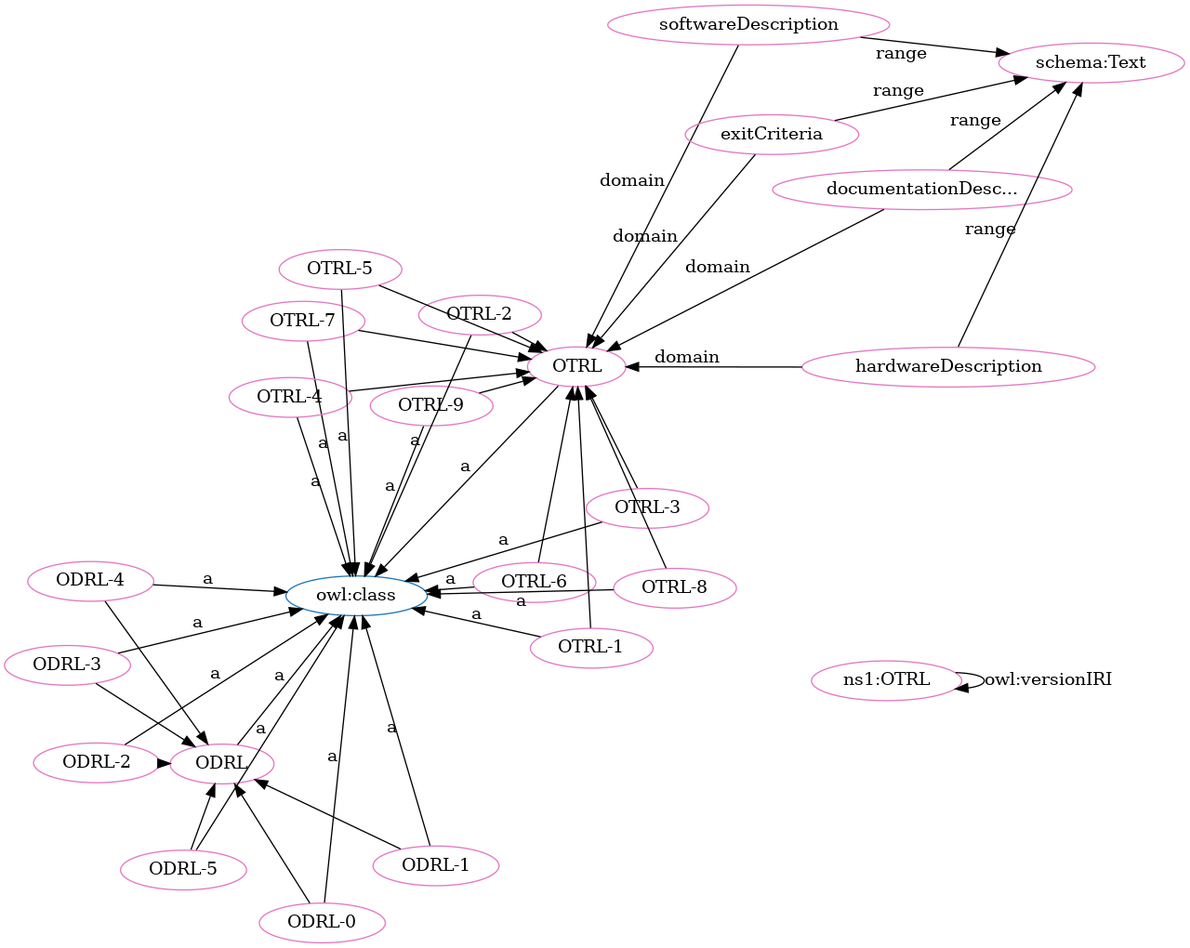
Before: OTRL-clean.png, a diagram exported from Graphviz (OPEN-NEXT/OKH-LOSH). Its source is kept beside it as OTRL-clean.dot. Its diagram source:
```dot
digraph G {
  rankdir=BT
  node[height=.3]
"http://www.w3.org/2002/07/owl#class" [fillcolor="#1f77b4" color="#1f77b4" label="owl:class"]
"http://purl.org/oseg/ontologies/OTRL#OTRL" [fillcolor="#1f77b4" color="#1f77b4" label="OTRL"]
"http://purl.org/oseg/ontologies/OTRL#ODRL" [fillcolor="#1f77b4" color="#1f77b4" label="ODRL"]
"http://purl.org/oseg/ontologies/OTRL#ODRL-4" [fillcolor="#e377c2" color="#e377c2" label="ODRL-4"]
"http://purl.org/oseg/ontologies/OTRL#ODRL-0" [fillcolor="#e377c2" color="#e377c2" label="ODRL-0"]
"http://purl.org/oseg/ontologies/OTRL#OTRL" [fillcolor="#e377c2" color="#e377c2" label="OTRL"]
"http://schema.org/Text" [fillcolor="#e377c2" color="#e377c2" label="schema:Text"]
"http://purl.org/oseg/ontologies/OTRL#OTRL-7" [fillcolor="#e377c2" color="#e377c2" label="OTRL-7"]
"http://purl.org/oseg/ontologies/OTRL#documentationDescription" [fillcolor="#e377c2" color="#e377c2" label="documentationDesc..."]
"http://purl.org/oseg/ontologies/OTRL#softwareDescription" [fillcolor="#e377c2" color="#e377c2" label="softwareDescription"]
"http://purl.org/oseg/ontologies/OTRL#OTRL-4" [fillcolor="#e377c2" color="#e377c2" label="OTRL-4"]
"http://purl.org/oseg/ontologies/OTRL" [fillcolor="#e377c2" color="#e377c2" label="ns1:OTRL"]
"http://purl.org/oseg/ontologies/OTRL#ODRL" [fillcolor="#e377c2" color="#e377c2" label="ODRL"]
"http://purl.org/oseg/ontologies/OTRL#OTRL-3" [fillcolor="#e377c2" color="#e377c2" label="OTRL-3"]
"http://purl.org/oseg/ontologies/OTRL#OTRL-9" [fillcolor="#e377c2" color="#e377c2" label="OTRL-9"]
"http://purl.org/oseg/ontologies/OTRL#OTRL-6" [fillcolor="#e377c2" color="#e377c2" label="OTRL-6"]
"http://purl.org/oseg/ontologies/OTRL#hardwareDescription" [fillcolor="#e377c2" color="#e377c2" label="hardwareDescription"]
"http://purl.org/oseg/ontologies/OTRL#OTRL-2" [fillcolor="#e377c2" color="#e377c2" label="OTRL-2"]
"http://purl.org/oseg/ontologies/OTRL#ODRL-5" [fillcolor="#e377c2" color="#e377c2" label="ODRL-5"]
"http://purl.org/oseg/ontologies/OTRL#ODRL-1" [fillcolor="#e377c2" color="#e377c2" label="ODRL-1"]
"http://purl.org/oseg/ontologies/OTRL#OTRL-1" [fillcolor="#e377c2" color="#e377c2" label="OTRL-1"]
"http://purl.org/oseg/ontologies/OTRL#OTRL-5" [fillcolor="#e377c2" color="#e377c2" label="OTRL-5"]
"http://purl.org/oseg/ontologies/OTRL#ODRL-3" [fillcolor="#e377c2" color="#e377c2" label="ODRL-3"]
"http://purl.org/oseg/ontologies/OTRL#OTRL-8" [fillcolor="#e377c2" color="#e377c2" label="OTRL-8"]
"http://purl.org/oseg/ontologies/OTRL#ODRL-2" [fillcolor="#e377c2" color="#e377c2" label="ODRL-2"]
"http://purl.org/oseg/ontologies/OTRL#exitCriteria" [fillcolor="#e377c2" color="#e377c2" label="exitCriteria"]
  "http://purl.org/oseg/ontologies/OTRL#ODRL-0" -> "http://www.w3.org/2002/07/owl#class" [label="a"]
  "http://purl.org/oseg/ontologies/OTRL#exitCriteria" -> "http://schema.org/Text" [label="range"]
  "http://purl.org/oseg/ontologies/OTRL#OTRL-7" -> "http://www.w3.org/2002/07/owl#class" [label="a"]
  "http://purl.org/oseg/ontologies/OTRL#ODRL-5" -> "http://purl.org/oseg/ontologies/OTRL#ODRL" [label=""]
  "http://purl.org/oseg/ontologies/OTRL#OTRL-3" -> "http://www.w3.org/2002/07/owl#class" [label="a"]
  "http://purl.org/oseg/ontologies/OTRL" -> "http://purl.org/oseg/ontologies/OTRL" [label="owl:versionIRI"]
  "http://purl.org/oseg/ontologies/OTRL#OTRL-1" -> "http://purl.org/oseg/ontologies/OTRL#OTRL" [label=""]
  "http://purl.org/oseg/ontologies/OTRL#documentationDescription" -> "http://schema.org/Text" [label="range"]
  "http://purl.org/oseg/ontologies/OTRL#ODRL-5" -> "http://www.w3.org/2002/07/owl#class" [label="a"]
  "http://purl.org/oseg/ontologies/OTRL#softwareDescription" -> "http://schema.org/Text" [label="range"]
  "http://purl.org/oseg/ontologies/OTRL#OTRL-4" -> "http://purl.org/oseg/ontologies/OTRL#OTRL" [label=""]
  "http://purl.org/oseg/ontologies/OTRL#OTRL-8" -> "http://purl.org/oseg/ontologies/OTRL#OTRL" [label=""]
  "http://purl.org/oseg/ontologies/OTRL#documentationDescription" -> "http://purl.org/oseg/ontologies/OTRL#OTRL" [label="domain"]
  "http://purl.org/oseg/ontologies/OTRL#OTRL-3" -> "http://purl.org/oseg/ontologies/OTRL#OTRL" [label=""]
  "http://purl.org/oseg/ontologies/OTRL#OTRL-2" -> "http://purl.org/oseg/ontologies/OTRL#OTRL" [label=""]
  "http://purl.org/oseg/ontologies/OTRL#ODRL-1" -> "http://purl.org/oseg/ontologies/OTRL#ODRL" [label=""]
  "http://purl.org/oseg/ontologies/OTRL#ODRL-1" -> "http://www.w3.org/2002/07/owl#class" [label="a"]
  "http://purl.org/oseg/ontologies/OTRL#OTRL-1" -> "http://www.w3.org/2002/07/owl#class" [label="a"]
  "http://purl.org/oseg/ontologies/OTRL#OTRL-8" -> "http://www.w3.org/2002/07/owl#class" [label="a"]
  "http://purl.org/oseg/ontologies/OTRL#ODRL-2" -> "http://www.w3.org/2002/07/owl#class" [label="a"]
  "http://purl.org/oseg/ontologies/OTRL#ODRL-4" -> "http://www.w3.org/2002/07/owl#class" [label="a"]
  "http://purl.org/oseg/ontologies/OTRL#OTRL-6" -> "http://purl.org/oseg/ontologies/OTRL#OTRL" [label=""]
  "http://purl.org/oseg/ontologies/OTRL#OTRL-9" -> "http://purl.org/oseg/ontologies/OTRL#OTRL" [label=""]
  "http://purl.org/oseg/ontologies/OTRL#OTRL-4" -> "http://www.w3.org/2002/07/owl#class" [label="a"]
  "http://purl.org/oseg/ontologies/OTRL#ODRL-2" -> "http://purl.org/oseg/ontologies/OTRL#ODRL" [label=""]
  "http://purl.org/oseg/ontologies/OTRL#OTRL-9" -> "http://www.w3.org/2002/07/owl#class" [label="a"]
  "http://purl.org/oseg/ontologies/OTRL#ODRL-4" -> "http://purl.org/oseg/ontologies/OTRL#ODRL" [label=""]
  "http://purl.org/oseg/ontologies/OTRL#OTRL-5" -> "http://purl.org/oseg/ontologies/OTRL#OTRL" [label=""]
  "http://purl.org/oseg/ontologies/OTRL#OTRL-6" -> "http://www.w3.org/2002/07/owl#class" [label="a"]
  "http://purl.org/oseg/ontologies/OTRL#OTRL-2" -> "http://www.w3.org/2002/07/owl#class" [label="a"]
  "http://purl.org/oseg/ontologies/OTRL#ODRL" -> "http://www.w3.org/2002/07/owl#class" [label="a"]
  "http://purl.org/oseg/ontologies/OTRL#OTRL" -> "http://www.w3.org/2002/07/owl#class" [label="a"]
  "http://purl.org/oseg/ontologies/OTRL#softwareDescription" -> "http://purl.org/oseg/ontologies/OTRL#OTRL" [label="domain"]
  "http://purl.org/oseg/ontologies/OTRL#hardwareDescription" -> "http://schema.org/Text" [label="range"]
  "http://purl.org/oseg/ontologies/OTRL#ODRL-3" -> "http://purl.org/oseg/ontologies/OTRL#ODRL" [label=""]
  "http://purl.org/oseg/ontologies/OTRL#hardwareDescription" -> "http://purl.org/oseg/ontologies/OTRL#OTRL" [label="domain"]
  "http://purl.org/oseg/ontologies/OTRL#OTRL-5" -> "http://www.w3.org/2002/07/owl#class" [label="a"]
  "http://purl.org/oseg/ontologies/OTRL#ODRL-3" -> "http://www.w3.org/2002/07/owl#class" [label="a"]
  "http://purl.org/oseg/ontologies/OTRL#exitCriteria" -> "http://purl.org/oseg/ontologies/OTRL#OTRL" [label="domain"]
  "http://purl.org/oseg/ontologies/OTRL#OTRL-7" -> "http://purl.org/oseg/ontologies/OTRL#OTRL" [label=""]
  "http://purl.org/oseg/ontologies/OTRL#ODRL-0" -> "http://purl.org/oseg/ontologies/OTRL#ODRL" [label=""]
}
```
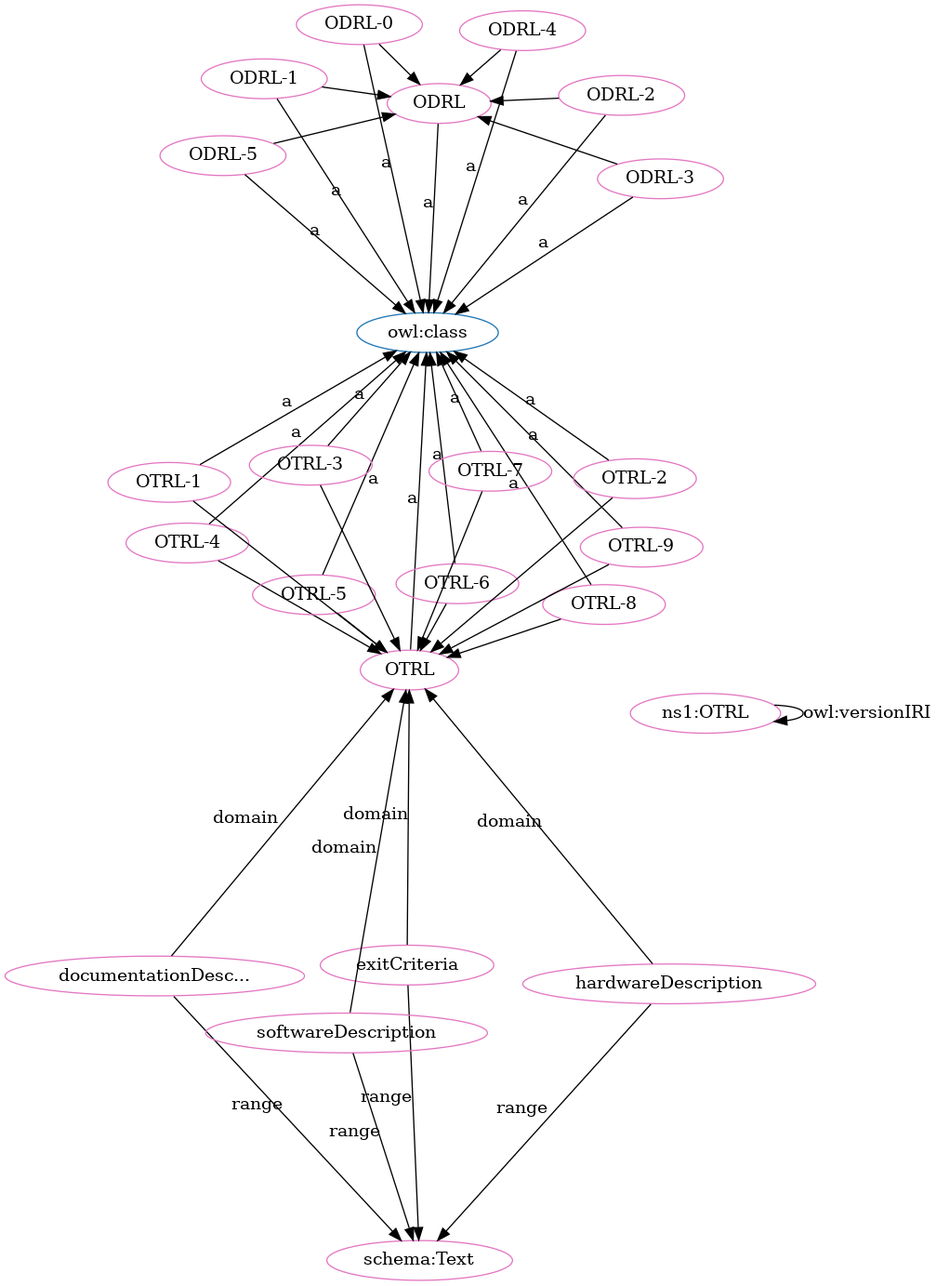
Above is the later version.

What changed in the source:
```diff
@@ -2,70 +2,70 @@
   rankdir=BT
   node[height=.3]
 "http://www.w3.org/2002/07/owl#class" [fillcolor="#1f77b4" color="#1f77b4" label="owl:class"]
+"http://purl.org/oseg/ontologies/OTRL#ODRL" [fillcolor="#1f77b4" color="#1f77b4" label="ODRL"]
 "http://purl.org/oseg/ontologies/OTRL#OTRL" [fillcolor="#1f77b4" color="#1f77b4" label="OTRL"]
-"http://purl.org/oseg/ontologies/OTRL#ODRL" [fillcolor="#1f77b4" color="#1f77b4" label="ODRL"]
-"http://purl.org/oseg/ontologies/OTRL#ODRL-4" [fillcolor="#e377c2" color="#e377c2" label="ODRL-4"]
 "http://purl.org/oseg/ontologies/OTRL#ODRL-0" [fillcolor="#e377c2" color="#e377c2" label="ODRL-0"]
+"http://purl.org/oseg/ontologies/OTRL#ODRL" [fillcolor="#e377c2" color="#e377c2" label="ODRL"]
 "http://purl.org/oseg/ontologies/OTRL#OTRL" [fillcolor="#e377c2" color="#e377c2" label="OTRL"]
+"http://purl.org/oseg/ontologies/OTRL" [fillcolor="#e377c2" color="#e377c2" label="ns1:OTRL"]
+"http://purl.org/oseg/ontologies/OTRL#ODRL-3" [fillcolor="#e377c2" color="#e377c2" label="ODRL-3"]
+"http://purl.org/oseg/ontologies/OTRL#OTRL-4" [fillcolor="#e377c2" color="#e377c2" label="OTRL-4"]
+"http://purl.org/oseg/ontologies/OTRL#documentationDescription" [fillcolor="#e377c2" color="#e377c2" label="documentationDesc..."]
+"http://purl.org/oseg/ontologies/OTRL#hardwareDescription" [fillcolor="#e377c2" color="#e377c2" label="hardwareDescription"]
+"http://purl.org/oseg/ontologies/OTRL#exitCriteria" [fillcolor="#e377c2" color="#e377c2" label="exitCriteria"]
 "http://schema.org/Text" [fillcolor="#e377c2" color="#e377c2" label="schema:Text"]
-"http://purl.org/oseg/ontologies/OTRL#OTRL-7" [fillcolor="#e377c2" color="#e377c2" label="OTRL-7"]
-"http://purl.org/oseg/ontologies/OTRL#documentationDescription" [fillcolor="#e377c2" color="#e377c2" label="documentationDesc..."]
-"http://purl.org/oseg/ontologies/OTRL#softwareDescription" [fillcolor="#e377c2" color="#e377c2" label="softwareDescription"]
-"http://purl.org/oseg/ontologies/OTRL#OTRL-4" [fillcolor="#e377c2" color="#e377c2" label="OTRL-4"]
-"http://purl.org/oseg/ontologies/OTRL" [fillcolor="#e377c2" color="#e377c2" label="ns1:OTRL"]
-"http://purl.org/oseg/ontologies/OTRL#ODRL" [fillcolor="#e377c2" color="#e377c2" label="ODRL"]
-"http://purl.org/oseg/ontologies/OTRL#OTRL-3" [fillcolor="#e377c2" color="#e377c2" label="OTRL-3"]
+"http://purl.org/oseg/ontologies/OTRL#OTRL-8" [fillcolor="#e377c2" color="#e377c2" label="OTRL-8"]
+"http://purl.org/oseg/ontologies/OTRL#OTRL-5" [fillcolor="#e377c2" color="#e377c2" label="OTRL-5"]
+"http://purl.org/oseg/ontologies/OTRL#ODRL-2" [fillcolor="#e377c2" color="#e377c2" label="ODRL-2"]
 "http://purl.org/oseg/ontologies/OTRL#OTRL-9" [fillcolor="#e377c2" color="#e377c2" label="OTRL-9"]
 "http://purl.org/oseg/ontologies/OTRL#OTRL-6" [fillcolor="#e377c2" color="#e377c2" label="OTRL-6"]
-"http://purl.org/oseg/ontologies/OTRL#hardwareDescription" [fillcolor="#e377c2" color="#e377c2" label="hardwareDescription"]
+"http://purl.org/oseg/ontologies/OTRL#OTRL-3" [fillcolor="#e377c2" color="#e377c2" label="OTRL-3"]
 "http://purl.org/oseg/ontologies/OTRL#OTRL-2" [fillcolor="#e377c2" color="#e377c2" label="OTRL-2"]
+"http://purl.org/oseg/ontologies/OTRL#ODRL-1" [fillcolor="#e377c2" color="#e377c2" label="ODRL-1"]
+"http://purl.org/oseg/ontologies/OTRL#softwareDescription" [fillcolor="#e377c2" color="#e377c2" label="softwareDescription"]
+"http://purl.org/oseg/ontologies/OTRL#ODRL-4" [fillcolor="#e377c2" color="#e377c2" label="ODRL-4"]
 "http://purl.org/oseg/ontologies/OTRL#ODRL-5" [fillcolor="#e377c2" color="#e377c2" label="ODRL-5"]
-"http://purl.org/oseg/ontologies/OTRL#ODRL-1" [fillcolor="#e377c2" color="#e377c2" label="ODRL-1"]
 "http://purl.org/oseg/ontologies/OTRL#OTRL-1" [fillcolor="#e377c2" color="#e377c2" label="OTRL-1"]
-"http://purl.org/oseg/ontologies/OTRL#OTRL-5" [fillcolor="#e377c2" color="#e377c2" label="OTRL-5"]
-"http://purl.org/oseg/ontologies/OTRL#ODRL-3" [fillcolor="#e377c2" color="#e377c2" label="ODRL-3"]
-"http://purl.org/oseg/ontologies/OTRL#OTRL-8" [fillcolor="#e377c2" color="#e377c2" label="OTRL-8"]
-"http://purl.org/oseg/ontologies/OTRL#ODRL-2" [fillcolor="#e377c2" color="#e377c2" label="ODRL-2"]
-"http://purl.org/oseg/ontologies/OTRL#exitCriteria" [fillcolor="#e377c2" color="#e377c2" label="exitCriteria"]
+"http://purl.org/oseg/ontologies/OTRL#OTRL-7" [fillcolor="#e377c2" color="#e377c2" label="OTRL-7"]
+  "http://purl.org/oseg/ontologies/OTRL#ODRL-0" -> "http://purl.org/oseg/ontologies/OTRL#ODRL" [label=""]
+  "http://purl.org/oseg/ontologies/OTRL#ODRL-3" -> "http://www.w3.org/2002/07/owl#class" [label="a"]
+  "http://purl.org/oseg/ontologies/OTRL#OTRL-7" -> "http://purl.org/oseg/ontologies/OTRL#OTRL" [label=""]
+  "http://purl.org/oseg/ontologies/OTRL#softwareDescription" -> "http://purl.org/oseg/ontologies/OTRL#OTRL" [label="domain"]
+  "http://purl.org/oseg/ontologies/OTRL#ODRL-5" -> "http://purl.org/oseg/ontologies/OTRL#ODRL" [label=""]
+  "http://purl.org/oseg/ontologies/OTRL#hardwareDescription" -> "http://schema.org/Text" [label="range"]
+  "http://purl.org/oseg/ontologies/OTRL#OTRL-8" -> "http://www.w3.org/2002/07/owl#class" [label="a"]
+  "http://purl.org/oseg/ontologies/OTRL#documentationDescription" -> "http://purl.org/oseg/ontologies/OTRL#OTRL" [label="domain"]
+  "http://purl.org/oseg/ontologies/OTRL#OTRL-5" -> "http://www.w3.org/2002/07/owl#class" [label="a"]
+  "http://purl.org/oseg/ontologies/OTRL#OTRL-9" -> "http://purl.org/oseg/ontologies/OTRL#OTRL" [label=""]
+  "http://purl.org/oseg/ontologies/OTRL#ODRL-2" -> "http://purl.org/oseg/ontologies/OTRL#ODRL" [label=""]
+  "http://purl.org/oseg/ontologies/OTRL#OTRL-9" -> "http://www.w3.org/2002/07/owl#class" [label="a"]
+  "http://purl.org/oseg/ontologies/OTRL#ODRL-1" -> "http://purl.org/oseg/ontologies/OTRL#ODRL" [label=""]
+  "http://purl.org/oseg/ontologies/OTRL#OTRL-6" -> "http://www.w3.org/2002/07/owl#class" [label="a"]
+  "http://purl.org/oseg/ontologies/OTRL#OTRL-3" -> "http://www.w3.org/2002/07/owl#class" [label="a"]
+  "http://purl.org/oseg/ontologies/OTRL#ODRL-1" -> "http://www.w3.org/2002/07/owl#class" [label="a"]
+  "http://purl.org/oseg/ontologies/OTRL#ODRL-4" -> "http://www.w3.org/2002/07/owl#class" [label="a"]
+  "http://purl.org/oseg/ontologies/OTRL#ODRL-5" -> "http://www.w3.org/2002/07/owl#class" [label="a"]
+  "http://purl.org/oseg/ontologies/OTRL#OTRL-1" -> "http://www.w3.org/2002/07/owl#class" [label="a"]
+  "http://purl.org/oseg/ontologies/OTRL#hardwareDescription" -> "http://purl.org/oseg/ontologies/OTRL#OTRL" [label="domain"]
+  "http://purl.org/oseg/ontologies/OTRL#OTRL-4" -> "http://purl.org/oseg/ontologies/OTRL#OTRL" [label=""]
   "http://purl.org/oseg/ontologies/OTRL#ODRL-0" -> "http://www.w3.org/2002/07/owl#class" [label="a"]
-  "http://purl.org/oseg/ontologies/OTRL#exitCriteria" -> "http://schema.org/Text" [label="range"]
-  "http://purl.org/oseg/ontologies/OTRL#OTRL-7" -> "http://www.w3.org/2002/07/owl#class" [label="a"]
-  "http://purl.org/oseg/ontologies/OTRL#ODRL-5" -> "http://purl.org/oseg/ontologies/OTRL#ODRL" [label=""]
-  "http://purl.org/oseg/ontologies/OTRL#OTRL-3" -> "http://www.w3.org/2002/07/owl#class" [label="a"]
+  "http://purl.org/oseg/ontologies/OTRL#OTRL" -> "http://www.w3.org/2002/07/owl#class" [label="a"]
   "http://purl.org/oseg/ontologies/OTRL" -> "http://purl.org/oseg/ontologies/OTRL" [label="owl:versionIRI"]
   "http://purl.org/oseg/ontologies/OTRL#OTRL-1" -> "http://purl.org/oseg/ontologies/OTRL#OTRL" [label=""]
+  "http://purl.org/oseg/ontologies/OTRL#OTRL-4" -> "http://www.w3.org/2002/07/owl#class" [label="a"]
+  "http://purl.org/oseg/ontologies/OTRL#ODRL-3" -> "http://purl.org/oseg/ontologies/OTRL#ODRL" [label=""]
+  "http://purl.org/oseg/ontologies/OTRL#exitCriteria" -> "http://schema.org/Text" [label="range"]
+  "http://purl.org/oseg/ontologies/OTRL#ODRL-2" -> "http://www.w3.org/2002/07/owl#class" [label="a"]
+  "http://purl.org/oseg/ontologies/OTRL#ODRL" -> "http://www.w3.org/2002/07/owl#class" [label="a"]
+  "http://purl.org/oseg/ontologies/OTRL#ODRL-4" -> "http://purl.org/oseg/ontologies/OTRL#ODRL" [label=""]
+  "http://purl.org/oseg/ontologies/OTRL#OTRL-8" -> "http://purl.org/oseg/ontologies/OTRL#OTRL" [label=""]
+  "http://purl.org/oseg/ontologies/OTRL#OTRL-2" -> "http://www.w3.org/2002/07/owl#class" [label="a"]
+  "http://purl.org/oseg/ontologies/OTRL#OTRL-5" -> "http://purl.org/oseg/ontologies/OTRL#OTRL" [label=""]
+  "http://purl.org/oseg/ontologies/OTRL#softwareDescription" -> "http://schema.org/Text" [label="range"]
   "http://purl.org/oseg/ontologies/OTRL#documentationDescription" -> "http://schema.org/Text" [label="range"]
-  "http://purl.org/oseg/ontologies/OTRL#ODRL-5" -> "http://www.w3.org/2002/07/owl#class" [label="a"]
-  "http://purl.org/oseg/ontologies/OTRL#softwareDescription" -> "http://schema.org/Text" [label="range"]
-  "http://purl.org/oseg/ontologies/OTRL#OTRL-4" -> "http://purl.org/oseg/ontologies/OTRL#OTRL" [label=""]
-  "http://purl.org/oseg/ontologies/OTRL#OTRL-8" -> "http://purl.org/oseg/ontologies/OTRL#OTRL" [label=""]
-  "http://purl.org/oseg/ontologies/OTRL#documentationDescription" -> "http://purl.org/oseg/ontologies/OTRL#OTRL" [label="domain"]
+  "http://purl.org/oseg/ontologies/OTRL#OTRL-6" -> "http://purl.org/oseg/ontologies/OTRL#OTRL" [label=""]
+  "http://purl.org/oseg/ontologies/OTRL#OTRL-7" -> "http://www.w3.org/2002/07/owl#class" [label="a"]
   "http://purl.org/oseg/ontologies/OTRL#OTRL-3" -> "http://purl.org/oseg/ontologies/OTRL#OTRL" [label=""]
   "http://purl.org/oseg/ontologies/OTRL#OTRL-2" -> "http://purl.org/oseg/ontologies/OTRL#OTRL" [label=""]
-  "http://purl.org/oseg/ontologies/OTRL#ODRL-1" -> "http://purl.org/oseg/ontologies/OTRL#ODRL" [label=""]
-  "http://purl.org/oseg/ontologies/OTRL#ODRL-1" -> "http://www.w3.org/2002/07/owl#class" [label="a"]
-  "http://purl.org/oseg/ontologies/OTRL#OTRL-1" -> "http://www.w3.org/2002/07/owl#class" [label="a"]
-  "http://purl.org/oseg/ontologies/OTRL#OTRL-8" -> "http://www.w3.org/2002/07/owl#class" [label="a"]
-  "http://purl.org/oseg/ontologies/OTRL#ODRL-2" -> "http://www.w3.org/2002/07/owl#class" [label="a"]
-  "http://purl.org/oseg/ontologies/OTRL#ODRL-4" -> "http://www.w3.org/2002/07/owl#class" [label="a"]
-  "http://purl.org/oseg/ontologies/OTRL#OTRL-6" -> "http://purl.org/oseg/ontologies/OTRL#OTRL" [label=""]
-  "http://purl.org/oseg/ontologies/OTRL#OTRL-9" -> "http://purl.org/oseg/ontologies/OTRL#OTRL" [label=""]
-  "http://purl.org/oseg/ontologies/OTRL#OTRL-4" -> "http://www.w3.org/2002/07/owl#class" [label="a"]
-  "http://purl.org/oseg/ontologies/OTRL#ODRL-2" -> "http://purl.org/oseg/ontologies/OTRL#ODRL" [label=""]
-  "http://purl.org/oseg/ontologies/OTRL#OTRL-9" -> "http://www.w3.org/2002/07/owl#class" [label="a"]
-  "http://purl.org/oseg/ontologies/OTRL#ODRL-4" -> "http://purl.org/oseg/ontologies/OTRL#ODRL" [label=""]
-  "http://purl.org/oseg/ontologies/OTRL#OTRL-5" -> "http://purl.org/oseg/ontologies/OTRL#OTRL" [label=""]
-  "http://purl.org/oseg/ontologies/OTRL#OTRL-6" -> "http://www.w3.org/2002/07/owl#class" [label="a"]
-  "http://purl.org/oseg/ontologies/OTRL#OTRL-2" -> "http://www.w3.org/2002/07/owl#class" [label="a"]
-  "http://purl.org/oseg/ontologies/OTRL#ODRL" -> "http://www.w3.org/2002/07/owl#class" [label="a"]
-  "http://purl.org/oseg/ontologies/OTRL#OTRL" -> "http://www.w3.org/2002/07/owl#class" [label="a"]
-  "http://purl.org/oseg/ontologies/OTRL#softwareDescription" -> "http://purl.org/oseg/ontologies/OTRL#OTRL" [label="domain"]
-  "http://purl.org/oseg/ontologies/OTRL#hardwareDescription" -> "http://schema.org/Text" [label="range"]
-  "http://purl.org/oseg/ontologies/OTRL#ODRL-3" -> "http://purl.org/oseg/ontologies/OTRL#ODRL" [label=""]
-  "http://purl.org/oseg/ontologies/OTRL#hardwareDescription" -> "http://purl.org/oseg/ontologies/OTRL#OTRL" [label="domain"]
-  "http://purl.org/oseg/ontologies/OTRL#OTRL-5" -> "http://www.w3.org/2002/07/owl#class" [label="a"]
-  "http://purl.org/oseg/ontologies/OTRL#ODRL-3" -> "http://www.w3.org/2002/07/owl#class" [label="a"]
   "http://purl.org/oseg/ontologies/OTRL#exitCriteria" -> "http://purl.org/oseg/ontologies/OTRL#OTRL" [label="domain"]
-  "http://purl.org/oseg/ontologies/OTRL#OTRL-7" -> "http://purl.org/oseg/ontologies/OTRL#OTRL" [label=""]
-  "http://purl.org/oseg/ontologies/OTRL#ODRL-0" -> "http://purl.org/oseg/ontologies/OTRL#ODRL" [label=""]
 }
```
